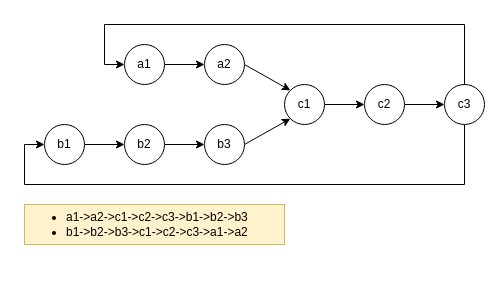
Above: LinkedList.drawio in HongyuanH/diagrams (draw.io), before the change. Source tidied: cells renumbered, new cells numbered last; positions are measured from the earlier drawing's top-left corner, leaving out a move shared by most shapes. Both pictures are drawn from the tidied source at 100%, with x=0, y=0 at pixel (24, 24).
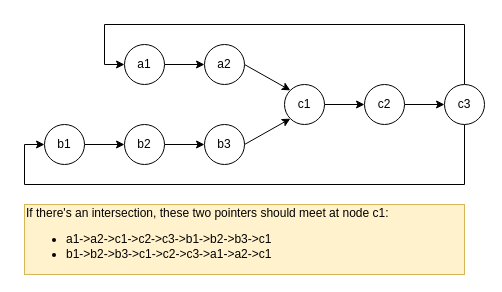
Above is the later version.

Diff of the diagram source:
```diff
@@
-    <mxCell id="19" value="&lt;ul&gt;&lt;li&gt;a1-&amp;gt;a2-&amp;gt;c1-&amp;gt;c2-&amp;gt;c3-&amp;gt;b1-&amp;gt;b2-&amp;gt;b3&lt;/li&gt;&lt;li&gt;b1-&amp;gt;b2-&amp;gt;b3-&amp;gt;c1-&amp;gt;c2-&amp;gt;c3-&amp;gt;a1-&amp;gt;a2&lt;/li&gt;&lt;/ul&gt;" style="rounded=0;whiteSpace=wrap;html=1;fillColor=#fff2cc;strokeColor=#d6b656;align=left;" parent="1" vertex="1">
-      <mxGeometry y="180" width="260" height="40" as="geometry" />
+    <mxCell id="19" value="&lt;div&gt;If there's an intersection, these two pointers should meet at node c1:&lt;/div&gt;&lt;ul&gt;&lt;li&gt;a1-&amp;gt;a2-&amp;gt;c1-&amp;gt;c2-&amp;gt;c3-&amp;gt;b1-&amp;gt;b2-&amp;gt;b3-&amp;gt;c1&lt;/li&gt;&lt;li&gt;b1-&amp;gt;b2-&amp;gt;b3-&amp;gt;c1-&amp;gt;c2-&amp;gt;c3-&amp;gt;a1-&amp;gt;a2-&amp;gt;c1&lt;/li&gt;&lt;/ul&gt;" style="rounded=0;whiteSpace=wrap;html=1;fillColor=#fff2cc;strokeColor=#d6b656;align=left;" parent="1" vertex="1">
+      <mxGeometry y="180" width="440" height="70" as="geometry" />
     </mxCell>
```
